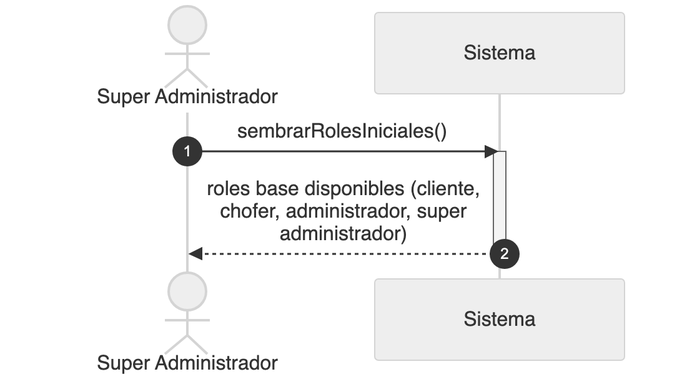
Before: diagramas/png/DSS_CU-090_Sembrar-Los-Roles-Iniciales.png, a diagram exported from Mermaid (Nahuelito-Dev/splg-docs). Its source is kept beside it as diagramas/DSS_CU-090_Sembrar-Los-Roles-Iniciales.mmd.
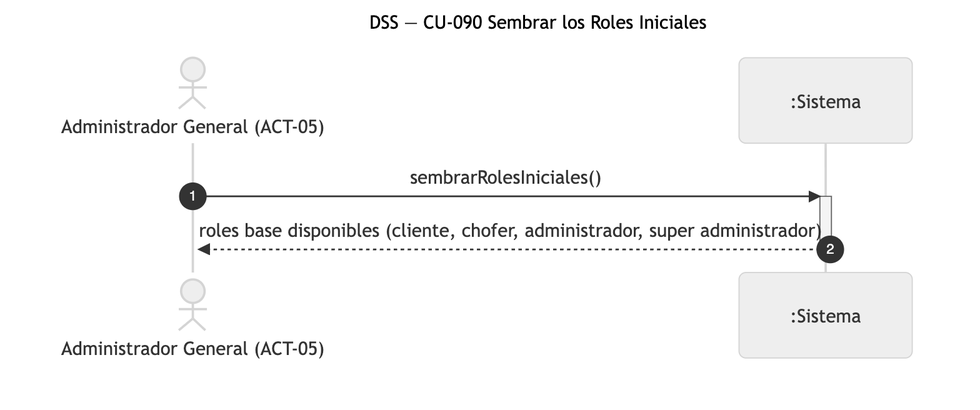
Above is the later version.

The edit, as a diff of the source:
```diff
@@ -1,8 +1,8 @@
 sequenceDiagram
-    title DSS — CU-090 Sembrar Los Roles Iniciales
+    title DSS — CU-090 Sembrar los Roles Iniciales
     autonumber
-    actor SUP as Super Administrador
-    participant SIS as Sistema
+    actor SUP as Administrador General (ACT-05)
+    participant SIS as :Sistema
 
     SUP->>SIS: sembrarRolesIniciales()
     activate SIS
```
